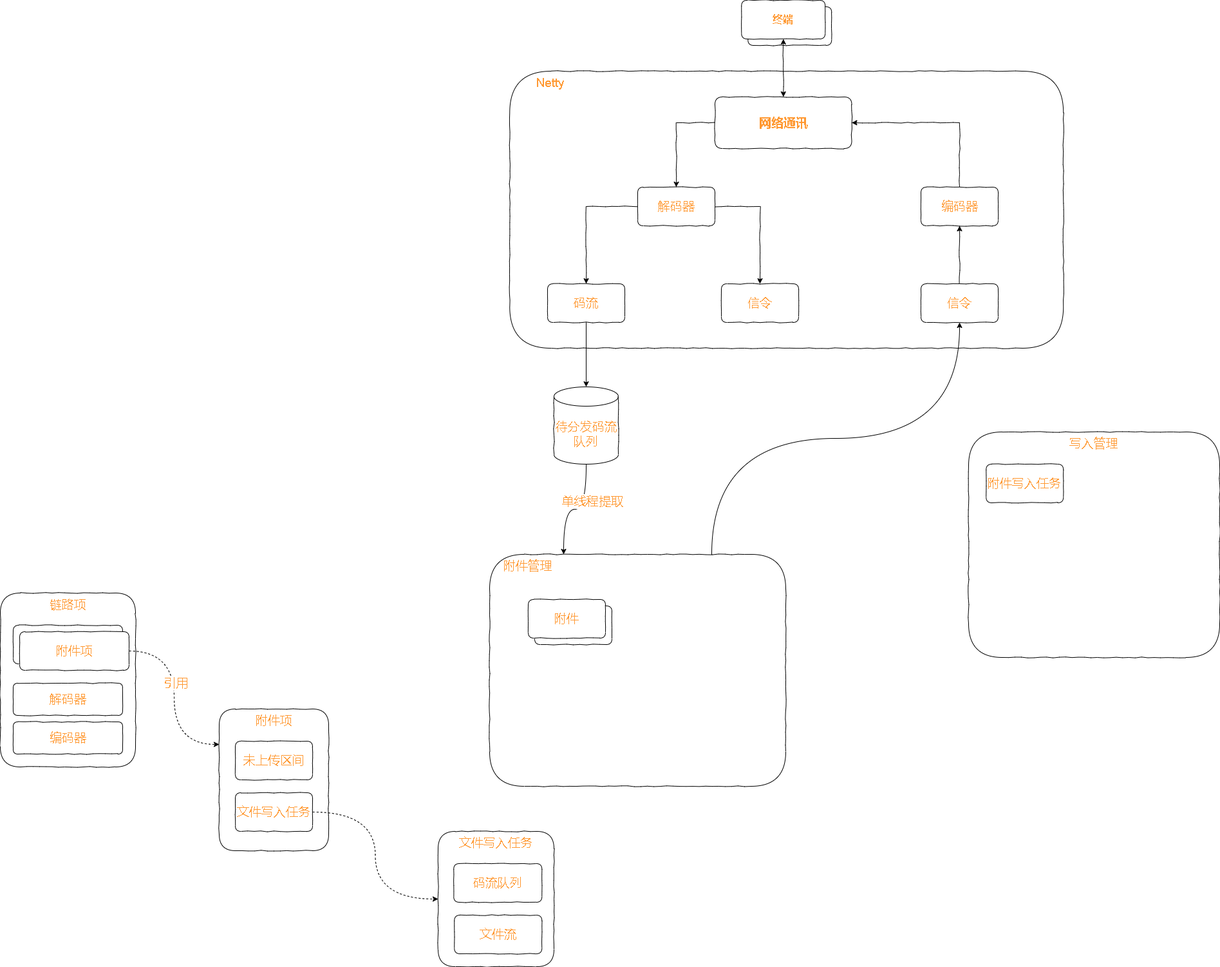
xktder/draw keeps this draw.io diagram as test.drawio.png. Above is the earlier version. Source tidied: cells renumbered, new cells last; positions are measured from the earlier drawing's top-left corner, leaving out a move shared by most shapes.
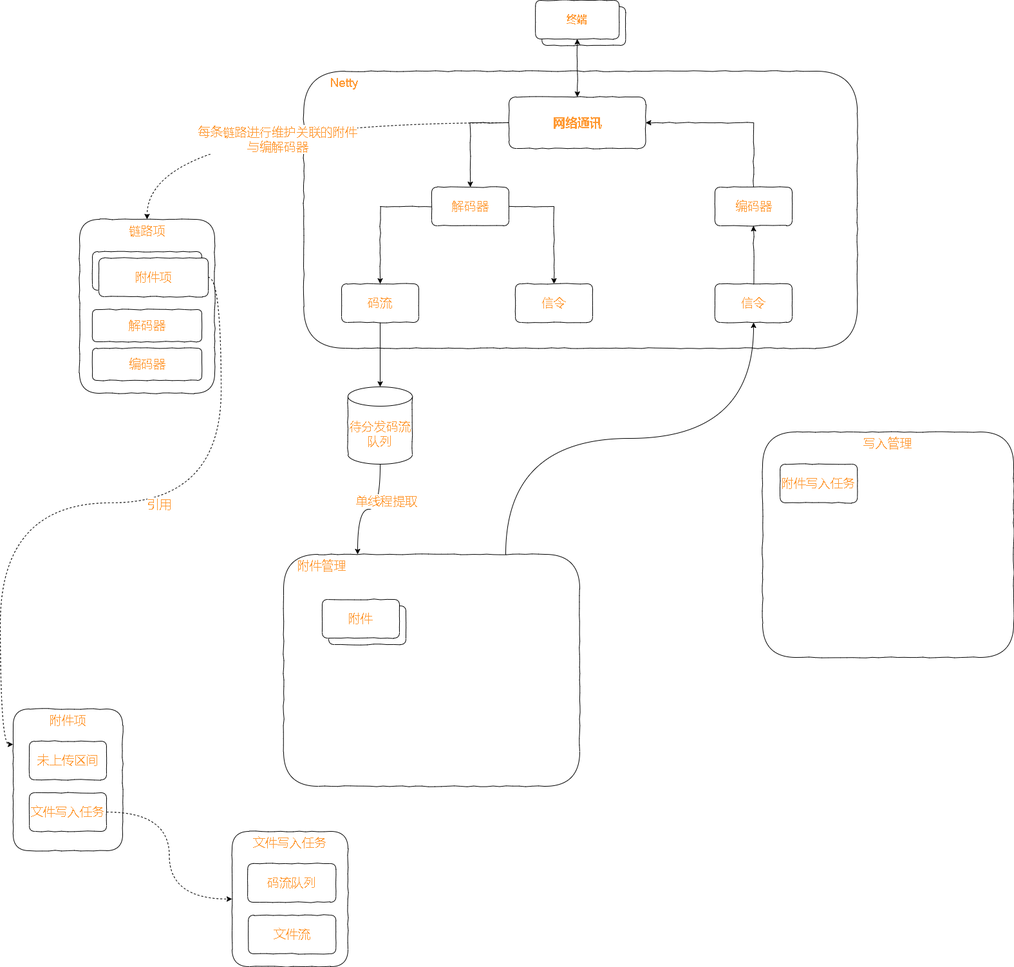
After the change.

Change to the diagram source:
```diff
@@ -32,6 +32,12 @@
     <mxCell id="11" style="edgeStyle=orthogonalEdgeStyle;rounded=0;comic=1;jettySize=auto;html=1;exitX=1;exitY=0.5;exitDx=0;exitDy=0;fontSize=19;fontColor=#FF9933;startArrow=classic;startFill=1;entryX=0.5;entryY=0;entryDx=0;entryDy=0;endArrow=none;endFill=0;" parent="1" edge="1" source="12" target="16">
       <mxGeometry relative="1" as="geometry" />
     </mxCell>
+    <mxCell id="47" style="edgeStyle=orthogonalEdgeStyle;curved=1;rounded=0;comic=0;jettySize=auto;html=1;dashed=1;fontSize=19;fontColor=#FF9933;startArrow=none;startFill=0;endArrow=classic;endFill=1;" parent="1" edge="1" source="12" target="34">
+      <mxGeometry relative="1" as="geometry" />
+    </mxCell>
+    <mxCell id="48" value="每条链路进行维护关联的附件&lt;br&gt;与编解码器" style="edgeLabel;html=1;align=center;verticalAlign=middle;fontSize=19;fontColor=#FF9933;" parent="47" vertex="1">
+      <mxGeometry x="0.01" y="25" relative="1" as="geometry" />
+    </mxCell>
     <mxCell id="12" value="&lt;font style=&quot;font-size: 19px;&quot;&gt;&lt;b&gt;网络通讯&lt;/b&gt;&lt;/font&gt;" style="rounded=1;whiteSpace=wrap;html=1;comic=1;fontSize=16;fontColor=#FF9933;strokeColor=default;gradientColor=none;" parent="1" vertex="1">
       <mxGeometry x="1110" y="150" width="212.5" height="80" as="geometry" />
     </mxCell>
@@ -96,7 +102,7 @@
       <mxGeometry x="25" y="130" width="120" height="60" as="geometry" />
     </mxCell>
     <mxCell id="33" style="group;" parent="1" vertex="1">
-      <mxGeometry y="920" width="210" height="270" as="geometry" />
+      <mxGeometry x="443" y="340" width="210" height="270" as="geometry" />
     </mxCell>
     <mxCell id="34" value="链路项" style="rounded=1;whiteSpace=wrap;html=1;comic=1;fontSize=19;fontColor=#FF9933;strokeColor=default;gradientColor=none;verticalAlign=top;" parent="33" vertex="1">
       <mxGeometry width="210" height="270" as="geometry" />
```
